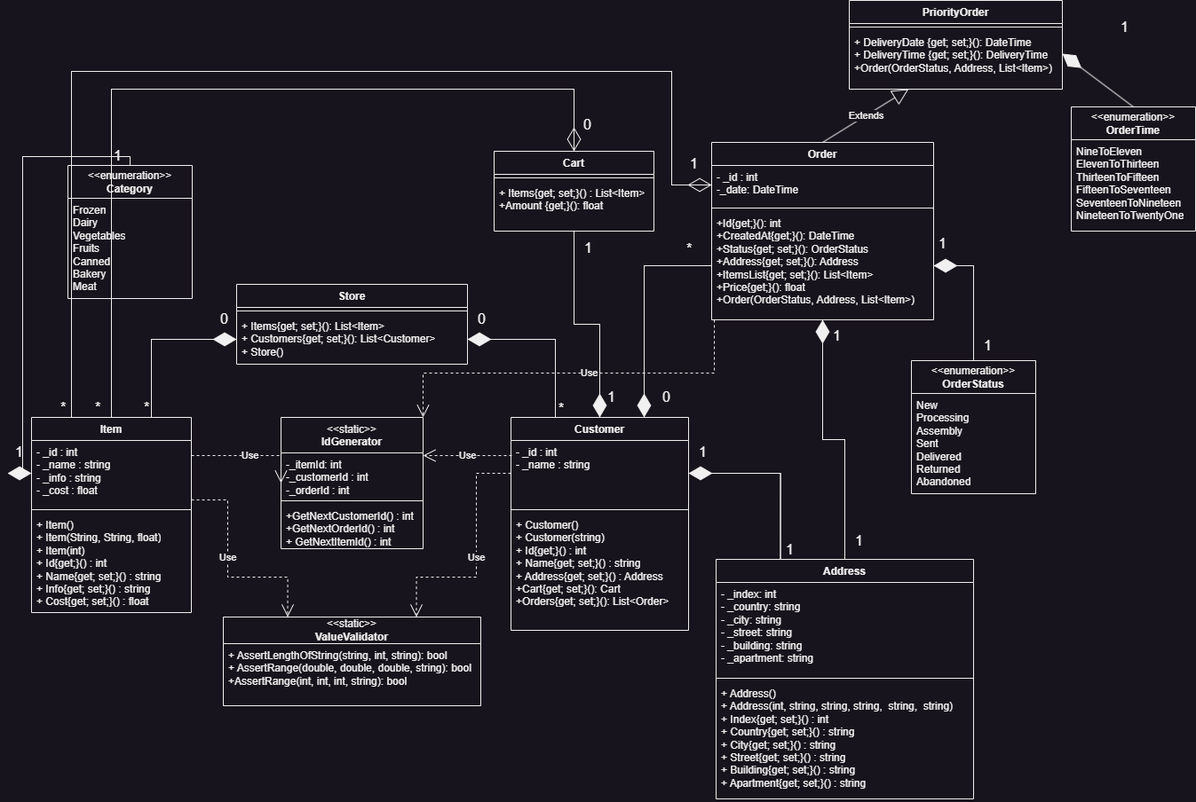
Earlier version of the draw.io export docs/UML.png (MonkEHlam/TusurProgramming). Source tidied: cells renumbered, new cells last; positions are measured from the earlier drawing's top-left corner, leaving out a move shared by most shapes.
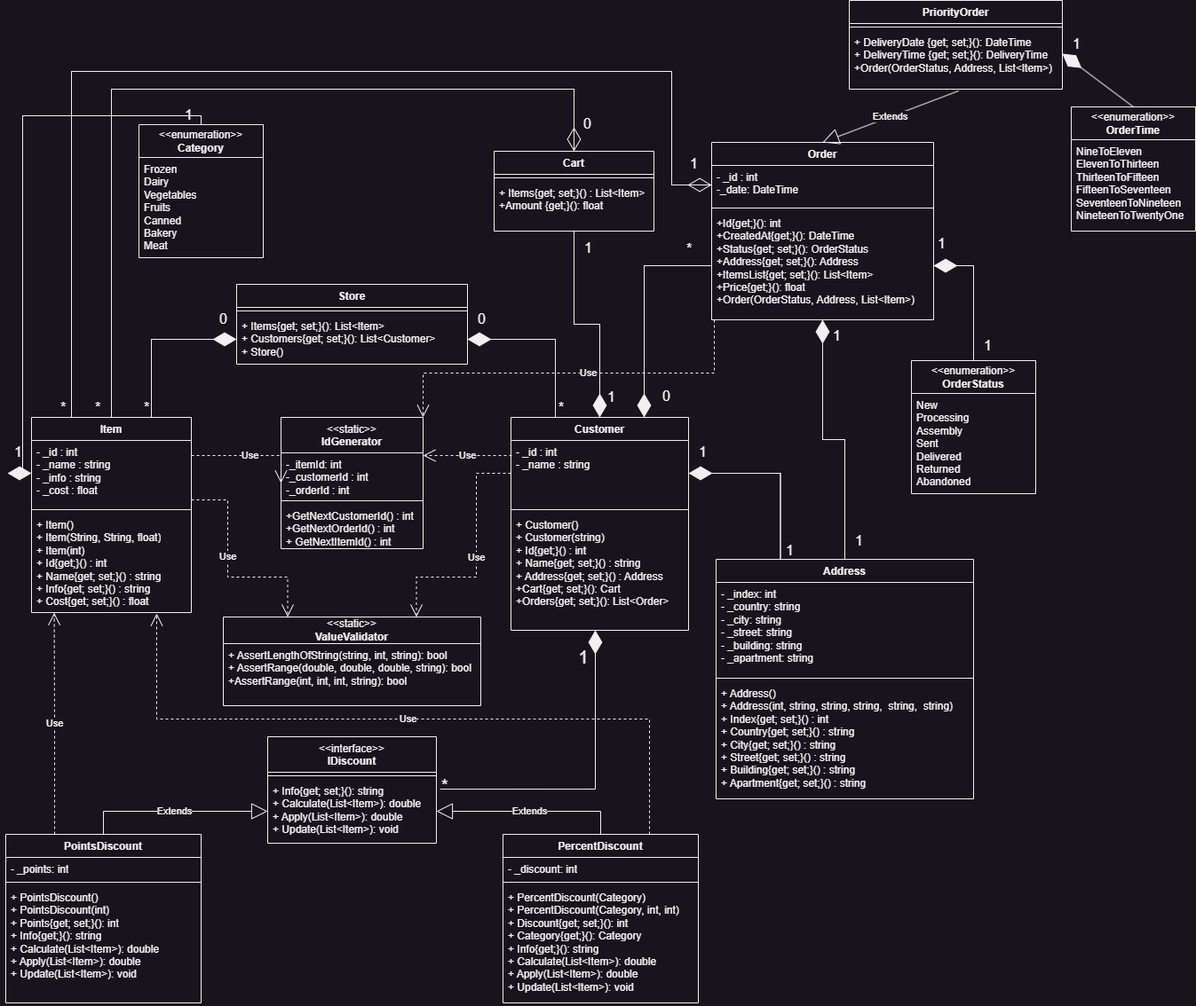
The same diagram one commit later.

Change to the diagram source:
```diff
@@ -45,7 +45,7 @@
       <mxGeometry y="30" width="290" height="70" as="geometry" />
     </mxCell>
     <mxCell id="16" value="&amp;lt;&amp;lt;enumeration&amp;gt;&amp;gt;&lt;br style=&quot;border-color: var(--border-color); font-weight: 700;&quot;&gt;&lt;span style=&quot;font-weight: 700;&quot;&gt;Category&lt;/span&gt;" style="swimlane;fontStyle=0;horizontal=1;startSize=37;fillColor=none;whiteSpace=wrap;html=1;" parent="1" vertex="1">
-      <mxGeometry x="41" y="186" width="140" height="150" as="geometry" />
+      <mxGeometry x="121" y="140" width="140" height="150" as="geometry" />
     </mxCell>
     <mxCell id="17" value="&lt;div&gt;Frozen&lt;/div&gt;&lt;div&gt;Dairy&lt;/div&gt;&lt;div&gt;Vegetables&lt;/div&gt;&lt;div&gt;Fruits&lt;/div&gt;&lt;div&gt;Canned&lt;/div&gt;&lt;div&gt;Bakery&lt;/div&gt;&lt;div&gt;Meat&lt;/div&gt;&lt;div&gt;&lt;br&gt;&lt;/div&gt;" style="text;strokeColor=none;fillColor=none;align=left;verticalAlign=top;spacingLeft=4;spacingRight=4;overflow=hidden;whiteSpace=wrap;html=1;" parent="16" vertex="1">
       <mxGeometry y="37" width="140" height="113" as="geometry" />
@@ -331,7 +331,7 @@
     <mxCell id="81" value="+ DeliveryDate {get; set;}(): DateTime&lt;br&gt;+ DeliveryTime {get; set;}(): DeliveryTime&lt;br&gt;+Order(OrderStatus, Address, List&amp;lt;Item&amp;gt;)&lt;br&gt;&lt;div&gt;&lt;br&gt;&lt;/div&gt;" style="text;strokeColor=none;fillColor=none;align=left;verticalAlign=top;spacingLeft=4;spacingRight=4;overflow=hidden;points=[[0,0.5],[1,0.5]];portConstraint=eastwest;whiteSpace=wrap;html=1;" parent="79" vertex="1">
       <mxGeometry y="34" width="240" height="66" as="geometry" />
     </mxCell>
-    <mxCell id="82" value="Extends" style="endArrow=block;endSize=16;endFill=0;html=1;rounded=0;exitX=0.5;exitY=0;exitDx=0;exitDy=0;" parent="1" edge="1" source="50" target="81">
+    <mxCell id="82" value="Extends" style="endArrow=block;endSize=16;endFill=0;html=1;rounded=0;entryX=0.5;entryY=0;entryDx=0;entryDy=0;exitX=0.513;exitY=1.03;exitDx=0;exitDy=0;exitPerimeter=0;" parent="1" edge="1" source="81" target="50">
       <mxGeometry relative="1" as="geometry" />
     </mxCell>
     <mxCell id="83" value="&amp;lt;&amp;lt;enumeration&amp;gt;&amp;gt;&lt;br style=&quot;border-color: var(--border-color); font-weight: 700;&quot;&gt;&lt;b&gt;OrderTime&lt;/b&gt;" style="swimlane;fontStyle=0;horizontal=1;startSize=37;fillColor=none;whiteSpace=wrap;html=1;" parent="1" vertex="1">
@@ -341,12 +341,77 @@
       <mxGeometry y="37" width="140" height="103" as="geometry" />
     </mxCell>
     <mxCell id="85" value="1" style="edgeLabel;html=1;align=left;verticalAlign=bottom;fontSize=16;" parent="1" vertex="1">
-      <mxGeometry x="1225" y="40.5" as="geometry" />
+      <mxGeometry x="1171" y="60" as="geometry" />
     </mxCell>
     <mxCell id="86" style="endArrow=diamondThin;endFill=1;endSize=24;html=1;rounded=0;entryX=1;entryY=0.394;entryDx=0;entryDy=0;entryPerimeter=0;" parent="1" edge="1" target="81">
       <mxGeometry relative="1" as="geometry">
         <mxPoint x="1241" y="120" as="sourcePoint" />
       </mxGeometry>
     </mxCell>
+    <mxCell id="87" value="&lt;span style=&quot;font-weight: normal;&quot;&gt;&amp;lt;&amp;lt;interface&amp;gt;&amp;gt;&lt;/span&gt;&lt;br&gt;IDiscount" style="swimlane;fontStyle=1;align=center;verticalAlign=top;horizontal=1;startSize=40;whiteSpace=wrap;html=1;" parent="1" vertex="1">
+      <mxGeometry x="266" y="830" width="190" height="120" as="geometry" />
+    </mxCell>
+    <mxCell id="88" style="line;strokeWidth=1;fillColor=none;align=left;verticalAlign=middle;spacingTop=-1;spacingLeft=3;spacingRight=3;labelPosition=right;strokeColor=inherit;" parent="87" vertex="1">
+      <mxGeometry y="40" width="190" height="8" as="geometry" />
+    </mxCell>
+    <mxCell id="89" value="+ Info{get; set;}(): string&lt;div&gt;+&amp;nbsp;Calculate(List&amp;lt;Item&amp;gt;): double&lt;/div&gt;&lt;div&gt;+&amp;nbsp;Apply(List&amp;lt;Item&amp;gt;): double&lt;/div&gt;&lt;div&gt;+ Update(List&amp;lt;Item&amp;gt;): void&lt;/div&gt;" style="text;strokeColor=none;fillColor=none;align=left;verticalAlign=top;spacingLeft=4;spacingRight=4;overflow=hidden;points=[[0,0.5],[1,0.5]];portConstraint=eastwest;whiteSpace=wrap;html=1;" parent="87" vertex="1">
+      <mxGeometry y="48" width="190" height="72" as="geometry" />
+    </mxCell>
+    <mxCell id="90" value="PercentDiscount" style="swimlane;fontStyle=1;align=center;verticalAlign=top;horizontal=1;startSize=26;whiteSpace=wrap;html=1;" parent="1" vertex="1">
+      <mxGeometry x="531" y="940" width="220" height="190" as="geometry" />
+    </mxCell>
+    <mxCell id="91" value="-&amp;nbsp;_discount: int" style="text;strokeColor=none;fillColor=none;align=left;verticalAlign=top;spacingLeft=4;spacingRight=4;overflow=hidden;whiteSpace=wrap;html=1;" parent="90" vertex="1">
+      <mxGeometry y="26" width="220" height="24" as="geometry" />
+    </mxCell>
+    <mxCell id="92" style="line;strokeWidth=1;fillColor=none;align=left;verticalAlign=middle;spacingTop=-1;spacingLeft=3;spacingRight=3;labelPosition=right;strokeColor=inherit;" parent="90" vertex="1">
+      <mxGeometry y="50" width="220" height="8" as="geometry" />
+    </mxCell>
+    <mxCell id="93" value="+&amp;nbsp;PercentDiscount(Category)&lt;br&gt;+ PercentDiscount(Category, int, int)&lt;br&gt;+&amp;nbsp;Discount{get; set;}(): int&lt;br&gt;+&amp;nbsp;Category{get;}():&amp;nbsp;Category&lt;br&gt;+&amp;nbsp;Info{get;}(): string&lt;br&gt;+&amp;nbsp;Calculate(List&amp;lt;Item&amp;gt;): double&lt;br&gt;&lt;div style=&quot;border-color: var(--border-color);&quot;&gt;+&amp;nbsp;Apply(List&amp;lt;Item&amp;gt;): double&lt;/div&gt;&lt;div style=&quot;border-color: var(--border-color);&quot;&gt;+ Update(List&amp;lt;Item&amp;gt;): void&lt;/div&gt;" style="text;strokeColor=none;fillColor=none;align=left;verticalAlign=top;spacingLeft=4;spacingRight=4;overflow=hidden;whiteSpace=wrap;html=1;" parent="90" vertex="1">
+      <mxGeometry y="58" width="220" height="132" as="geometry" />
+    </mxCell>
+    <mxCell id="94" value="PointsDiscount" style="swimlane;fontStyle=1;align=center;verticalAlign=top;horizontal=1;startSize=26;whiteSpace=wrap;html=1;" parent="1" vertex="1">
+      <mxGeometry x="-29" y="940" width="220" height="190" as="geometry" />
+    </mxCell>
+    <mxCell id="95" value="-&amp;nbsp;_points: int" style="text;strokeColor=none;fillColor=none;align=left;verticalAlign=top;spacingLeft=4;spacingRight=4;overflow=hidden;whiteSpace=wrap;html=1;" parent="94" vertex="1">
+      <mxGeometry y="26" width="220" height="24" as="geometry" />
+    </mxCell>
+    <mxCell id="96" style="line;strokeWidth=1;fillColor=none;align=left;verticalAlign=middle;spacingTop=-1;spacingLeft=3;spacingRight=3;labelPosition=right;strokeColor=inherit;" parent="94" vertex="1">
+      <mxGeometry y="50" width="220" height="8" as="geometry" />
+    </mxCell>
+    <mxCell id="97" value="+&amp;nbsp;PointsDiscount()&lt;br&gt;+ PointsDiscount(int)&lt;br&gt;+ Points{get; set;}(): int&lt;br&gt;+&amp;nbsp;Info{get;}(): string&lt;br&gt;+&amp;nbsp;Calculate(List&amp;lt;Item&amp;gt;): double&lt;br&gt;&lt;div style=&quot;border-color: var(--border-color);&quot;&gt;+&amp;nbsp;Apply(List&amp;lt;Item&amp;gt;): double&lt;/div&gt;&lt;div style=&quot;border-color: var(--border-color);&quot;&gt;+ Update(List&amp;lt;Item&amp;gt;): void&lt;/div&gt;" style="text;strokeColor=none;fillColor=none;align=left;verticalAlign=top;spacingLeft=4;spacingRight=4;overflow=hidden;whiteSpace=wrap;html=1;" parent="94" vertex="1">
+      <mxGeometry y="58" width="220" height="132" as="geometry" />
+    </mxCell>
+    <mxCell id="98" value="Extends" style="endArrow=block;endSize=16;endFill=0;html=1;rounded=0;exitX=0.5;exitY=0;exitDx=0;exitDy=0;entryX=1;entryY=0.5;entryDx=0;entryDy=0;edgeStyle=orthogonalEdgeStyle;" parent="1" edge="1" source="90" target="89">
+      <mxGeometry relative="1" as="geometry" />
+    </mxCell>
+    <mxCell id="99" value="Extends" style="endArrow=block;endSize=16;endFill=0;html=1;rounded=0;exitX=0.5;exitY=0;exitDx=0;exitDy=0;entryX=0;entryY=0.5;entryDx=0;entryDy=0;edgeStyle=orthogonalEdgeStyle;" parent="1" edge="1" source="94" target="89">
+      <mxGeometry relative="1" as="geometry" />
+    </mxCell>
+    <mxCell id="100" value="Use" style="endArrow=open;endSize=12;dashed=1;html=1;rounded=0;exitX=0.25;exitY=0;exitDx=0;exitDy=0;edgeStyle=orthogonalEdgeStyle;entryX=0.142;entryY=1.001;entryDx=0;entryDy=0;entryPerimeter=0;" parent="1" edge="1" source="94" target="9">
+      <mxGeometry relative="1" as="geometry" />
+    </mxCell>
+    <mxCell id="101" value="Use" style="endArrow=open;endSize=12;dashed=1;html=1;rounded=0;exitX=0.75;exitY=0;exitDx=0;exitDy=0;edgeStyle=orthogonalEdgeStyle;" parent="1" edge="1" source="90">
+      <mxGeometry relative="1" as="geometry">
+        <mxPoint x="141" y="691" as="targetPoint" />
+        <Array as="points">
+          <mxPoint x="566" y="810" />
+          <mxPoint x="141" y="810" />
+          <mxPoint x="141" y="691" />
+        </Array>
+      </mxGeometry>
+    </mxCell>
+    <mxCell id="102" style="endArrow=diamondThin;endFill=1;endSize=24;html=1;rounded=0;exitX=1.021;exitY=0.153;exitDx=0;exitDy=0;exitPerimeter=0;entryX=0.475;entryY=1;entryDx=0;entryDy=0;entryPerimeter=0;" parent="1" edge="1" source="89" target="5">
+      <mxGeometry relative="1" as="geometry">
+        <Array as="points">
+          <mxPoint x="635" y="889" />
+        </Array>
+      </mxGeometry>
+    </mxCell>
+    <mxCell id="103" value="&lt;font style=&quot;font-size: 20px;&quot;&gt;*&lt;/font&gt;" style="text;html=1;align=center;verticalAlign=middle;whiteSpace=wrap;rounded=0;" parent="1" vertex="1">
+      <mxGeometry x="456" y="880" width="20" height="10" as="geometry" />
+    </mxCell>
+    <mxCell id="104" value="&lt;font style=&quot;font-size: 20px;&quot;&gt;1&lt;/font&gt;" style="text;html=1;align=center;verticalAlign=middle;whiteSpace=wrap;rounded=0;" parent="1" vertex="1">
+      <mxGeometry x="592" y="725" width="60" height="30" as="geometry" />
+    </mxCell>
   </root>
 </mxGraphModel>
```
